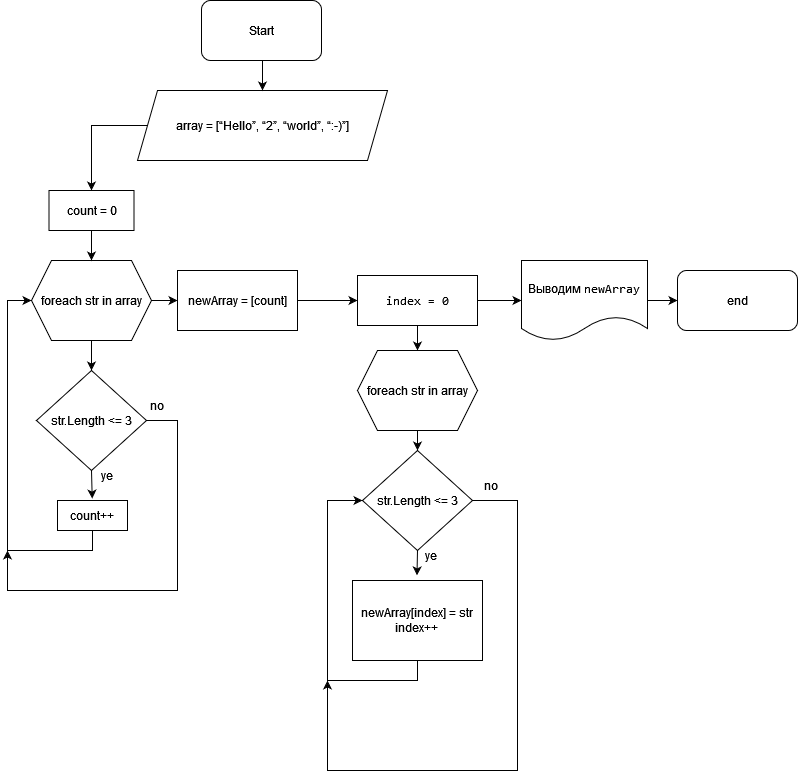
LazyToilet009/Kontrolnaya_rabota keeps this draw.io diagram as Диаграмма.png. Above is the earlier version. Source tidied: cells renumbered, new cells last; positions are measured from the earlier drawing's top-left corner, leaving out a move shared by most shapes. The source it was exported from:
```xml
<mxGraphModel>
  <root>
    <mxCell id="0" />
    <mxCell id="1" parent="0" />
    <mxCell id="2" value="&lt;div&gt;Start&lt;/div&gt;" style="rounded=1;whiteSpace=wrap;html=1;" parent="1" vertex="1">
      <mxGeometry x="194" width="120" height="60" as="geometry" />
    </mxCell>
    <mxCell id="3" style="edgeStyle=orthogonalEdgeStyle;rounded=0;jettySize=auto;html=1;exitX=0;exitY=0.5;exitDx=0;exitDy=0;entryX=0.5;entryY=0;entryDx=0;entryDy=0;" parent="1" edge="1" source="4" target="17">
      <mxGeometry relative="1" as="geometry" />
    </mxCell>
    <mxCell id="4" value="&lt;div&gt;array = [“Hello”, “2”, “world”, “:-)”]&lt;/div&gt;" style="shape=parallelogram;perimeter=parallelogramPerimeter;whiteSpace=wrap;html=1;fixedSize=1;" parent="1" vertex="1">
      <mxGeometry x="130" y="90" width="250" height="70" as="geometry" />
    </mxCell>
    <mxCell id="5" style="edgeStyle=orthogonalEdgeStyle;rounded=0;jettySize=auto;html=1;exitX=0.5;exitY=1;exitDx=0;exitDy=0;entryX=0.5;entryY=0;entryDx=0;entryDy=0;" parent="1" edge="1" source="2" target="4">
      <mxGeometry relative="1" as="geometry" />
    </mxCell>
    <mxCell id="6" style="edgeStyle=orthogonalEdgeStyle;rounded=0;jettySize=auto;html=1;exitX=0.5;exitY=1;exitDx=0;exitDy=0;entryX=0.5;entryY=0;entryDx=0;entryDy=0;" parent="1" edge="1" source="8" target="10">
      <mxGeometry relative="1" as="geometry" />
    </mxCell>
    <mxCell id="7" style="edgeStyle=orthogonalEdgeStyle;rounded=0;jettySize=auto;html=1;exitX=1;exitY=0.5;exitDx=0;exitDy=0;entryX=0;entryY=0.5;entryDx=0;entryDy=0;" parent="1" edge="1" source="8" target="19">
      <mxGeometry relative="1" as="geometry" />
    </mxCell>
    <mxCell id="8" value="foreach str in array" style="shape=hexagon;perimeter=hexagonPerimeter2;whiteSpace=wrap;html=1;fixedSize=1;" parent="1" vertex="1">
      <mxGeometry x="24" y="260" width="120" height="80" as="geometry" />
    </mxCell>
    <mxCell id="9" style="edgeStyle=orthogonalEdgeStyle;rounded=0;orthogonalLoop=1;jettySize=auto;html=1;exitX=1;exitY=0.5;exitDx=0;exitDy=0;" parent="1" edge="1">
      <mxGeometry relative="1" as="geometry">
        <mxPoint x="129" y="420" as="sourcePoint" />
        <mxPoint y="550" as="targetPoint" />
        <Array as="points">
          <mxPoint x="170" y="420" />
          <mxPoint x="170" y="590" />
          <mxPoint y="590" />
        </Array>
      </mxGeometry>
    </mxCell>
    <mxCell id="10" value="str.Length &amp;lt;= 3" style="rhombus;whiteSpace=wrap;html=1;" parent="1" vertex="1">
      <mxGeometry x="29" y="370" width="110" height="100" as="geometry" />
    </mxCell>
    <mxCell id="11" style="edgeStyle=orthogonalEdgeStyle;rounded=0;jettySize=auto;html=1;exitX=0.5;exitY=1;exitDx=0;exitDy=0;entryX=0;entryY=0.5;entryDx=0;entryDy=0;" parent="1" edge="1" source="12" target="8">
      <mxGeometry relative="1" as="geometry">
        <Array as="points">
          <mxPoint x="85" y="550" />
          <mxPoint y="550" />
          <mxPoint y="300" />
        </Array>
      </mxGeometry>
    </mxCell>
    <mxCell id="12" value="count++" style="whiteSpace=wrap;html=1;" parent="1" vertex="1">
      <mxGeometry x="50" y="500" width="70" height="30" as="geometry" />
    </mxCell>
    <mxCell id="13" style="edgeStyle=orthogonalEdgeStyle;rounded=0;jettySize=auto;html=1;exitX=0.5;exitY=1;exitDx=0;exitDy=0;entryX=0.496;entryY=-0.064;entryDx=0;entryDy=0;entryPerimeter=0;" parent="1" edge="1" source="10" target="12">
      <mxGeometry relative="1" as="geometry" />
    </mxCell>
    <mxCell id="14" value="ye" style="text;html=1;align=center;verticalAlign=middle;whiteSpace=wrap;rounded=0;" parent="1" vertex="1">
      <mxGeometry x="70" y="460" width="60" height="30" as="geometry" />
    </mxCell>
    <mxCell id="15" value="no" style="text;html=1;align=center;verticalAlign=middle;whiteSpace=wrap;rounded=0;" parent="1" vertex="1">
      <mxGeometry x="120" y="390" width="60" height="30" as="geometry" />
    </mxCell>
    <mxCell id="16" style="edgeStyle=orthogonalEdgeStyle;rounded=0;jettySize=auto;html=1;exitX=0.5;exitY=1;exitDx=0;exitDy=0;entryX=0.5;entryY=0;entryDx=0;entryDy=0;" parent="1" edge="1" source="17" target="8">
      <mxGeometry relative="1" as="geometry" />
    </mxCell>
    <mxCell id="17" value="count = 0" style="rounded=0;whiteSpace=wrap;html=1;" parent="1" vertex="1">
      <mxGeometry x="41.5" y="190" width="85" height="40" as="geometry" />
    </mxCell>
    <mxCell id="18" style="edgeStyle=orthogonalEdgeStyle;rounded=0;jettySize=auto;html=1;exitX=1;exitY=0.5;exitDx=0;exitDy=0;entryX=0;entryY=0.5;entryDx=0;entryDy=0;" parent="1" edge="1" source="19" target="22">
      <mxGeometry relative="1" as="geometry" />
    </mxCell>
    <mxCell id="19" value="newArray = [count]" style="rounded=0;whiteSpace=wrap;html=1;" parent="1" vertex="1">
      <mxGeometry x="170" y="270" width="120" height="60" as="geometry" />
    </mxCell>
    <mxCell id="20" style="edgeStyle=orthogonalEdgeStyle;rounded=0;jettySize=auto;html=1;exitX=0.5;exitY=1;exitDx=0;exitDy=0;entryX=0.5;entryY=0;entryDx=0;entryDy=0;" parent="1" edge="1" source="22" target="24">
      <mxGeometry relative="1" as="geometry" />
    </mxCell>
    <mxCell id="21" style="edgeStyle=orthogonalEdgeStyle;rounded=0;jettySize=auto;html=1;exitX=1;exitY=0.5;exitDx=0;exitDy=0;" parent="1" edge="1" source="22" target="33">
      <mxGeometry relative="1" as="geometry" />
    </mxCell>
    <mxCell id="22" value="&lt;code class=&quot;!whitespace-pre hljs language-csharp&quot;&gt;index = &lt;span class=&quot;hljs-number&quot;&gt;0&lt;/span&gt;&lt;/code&gt;" style="rounded=0;whiteSpace=wrap;html=1;" parent="1" vertex="1">
      <mxGeometry x="350" y="275" width="120" height="50" as="geometry" />
    </mxCell>
    <mxCell id="23" style="edgeStyle=orthogonalEdgeStyle;rounded=0;jettySize=auto;html=1;exitX=0.5;exitY=1;exitDx=0;exitDy=0;entryX=0.5;entryY=0;entryDx=0;entryDy=0;" parent="1" edge="1" source="24" target="26">
      <mxGeometry relative="1" as="geometry" />
    </mxCell>
    <mxCell id="24" value="foreach str in array" style="shape=hexagon;perimeter=hexagonPerimeter2;whiteSpace=wrap;html=1;fixedSize=1;" parent="1" vertex="1">
      <mxGeometry x="350" y="350" width="120" height="80" as="geometry" />
    </mxCell>
    <mxCell id="25" style="edgeStyle=orthogonalEdgeStyle;rounded=0;orthogonalLoop=1;jettySize=auto;html=1;" parent="1" edge="1">
      <mxGeometry relative="1" as="geometry">
        <mxPoint x="460" y="500" as="sourcePoint" />
        <mxPoint x="320" y="680" as="targetPoint" />
        <Array as="points">
          <mxPoint x="510" y="500" />
          <mxPoint x="510" y="770" />
          <mxPoint x="320" y="770" />
        </Array>
      </mxGeometry>
    </mxCell>
    <mxCell id="26" value="str.Length &amp;lt;= 3" style="rhombus;whiteSpace=wrap;html=1;" parent="1" vertex="1">
      <mxGeometry x="355" y="450" width="110" height="100" as="geometry" />
    </mxCell>
    <mxCell id="27" style="edgeStyle=orthogonalEdgeStyle;rounded=0;jettySize=auto;html=1;exitX=0.5;exitY=1;exitDx=0;exitDy=0;entryX=0;entryY=0.5;entryDx=0;entryDy=0;" parent="1" edge="1" source="28" target="26">
      <mxGeometry relative="1" as="geometry">
        <Array as="points">
          <mxPoint x="410" y="680" />
          <mxPoint x="320" y="680" />
          <mxPoint x="320" y="500" />
        </Array>
      </mxGeometry>
    </mxCell>
    <mxCell id="28" value="&lt;div&gt;newArray[index] = str&lt;/div&gt;&lt;div&gt;index++&lt;br&gt;&lt;/div&gt;" style="whiteSpace=wrap;html=1;" parent="1" vertex="1">
      <mxGeometry x="345" y="580" width="130" height="80" as="geometry" />
    </mxCell>
    <mxCell id="29" style="edgeStyle=orthogonalEdgeStyle;rounded=0;jettySize=auto;html=1;exitX=0.5;exitY=1;exitDx=0;exitDy=0;entryX=0.496;entryY=-0.064;entryDx=0;entryDy=0;entryPerimeter=0;" parent="1" edge="1" source="26" target="28">
      <mxGeometry relative="1" as="geometry" />
    </mxCell>
    <mxCell id="30" value="ye" style="text;html=1;align=center;verticalAlign=middle;whiteSpace=wrap;rounded=0;" parent="1" vertex="1">
      <mxGeometry x="394" y="540" width="60" height="30" as="geometry" />
    </mxCell>
    <mxCell id="31" value="no" style="text;html=1;align=center;verticalAlign=middle;whiteSpace=wrap;rounded=0;" parent="1" vertex="1">
      <mxGeometry x="454" y="470" width="60" height="30" as="geometry" />
    </mxCell>
    <mxCell id="32" style="edgeStyle=orthogonalEdgeStyle;rounded=0;jettySize=auto;html=1;exitX=1;exitY=0.5;exitDx=0;exitDy=0;entryX=0;entryY=0.5;entryDx=0;entryDy=0;" parent="1" edge="1" source="33" target="34">
      <mxGeometry relative="1" as="geometry" />
    </mxCell>
    <mxCell id="33" value="Выводим &lt;code class=&quot;!whitespace-pre hljs language-csharp&quot;&gt;newArray&lt;/code&gt;" style="shape=document;whiteSpace=wrap;html=1;boundedLbl=1;" parent="1" vertex="1">
      <mxGeometry x="514" y="260" width="126" height="80" as="geometry" />
    </mxCell>
    <mxCell id="34" value="end" style="rounded=1;whiteSpace=wrap;html=1;" parent="1" vertex="1">
      <mxGeometry x="670" y="270" width="120" height="60" as="geometry" />
    </mxCell>
  </root>
</mxGraphModel>
```
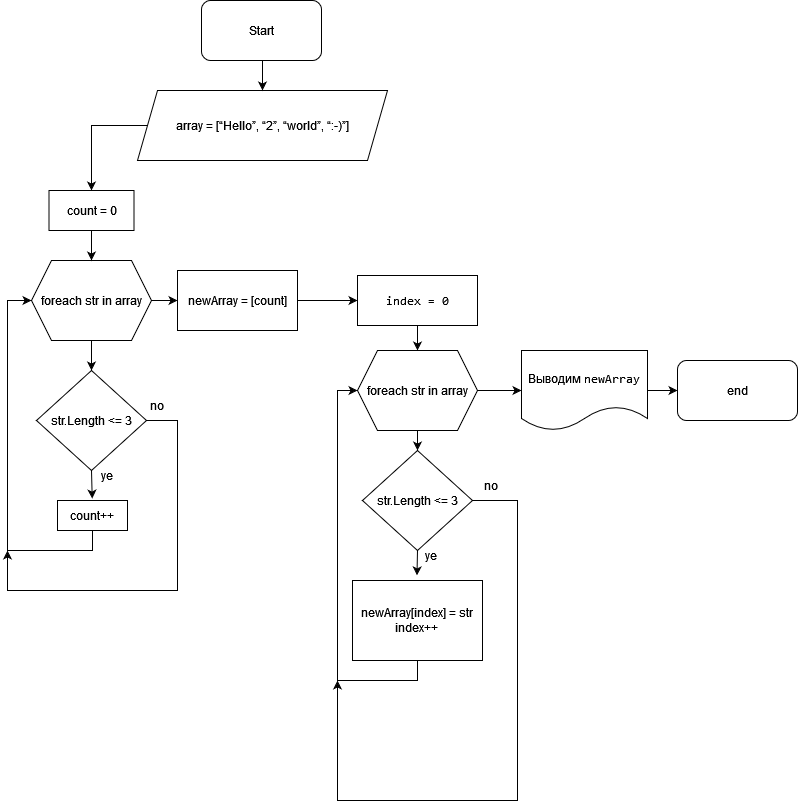
The same file after the commit.

Commit message:
Добавил_диаграмму_снова_потому_что_забыл

The edit, as a diff of the source:
```diff
@@ -73,41 +73,36 @@
     <mxCell id="20" style="edgeStyle=orthogonalEdgeStyle;rounded=0;jettySize=auto;html=1;exitX=0.5;exitY=1;exitDx=0;exitDy=0;entryX=0.5;entryY=0;entryDx=0;entryDy=0;" parent="1" edge="1" source="22" target="24">
       <mxGeometry relative="1" as="geometry" />
     </mxCell>
-    <mxCell id="21" style="edgeStyle=orthogonalEdgeStyle;rounded=0;jettySize=auto;html=1;exitX=1;exitY=0.5;exitDx=0;exitDy=0;" parent="1" edge="1" source="22" target="33">
-      <mxGeometry relative="1" as="geometry" />
-    </mxCell>
     <mxCell id="22" value="&lt;code class=&quot;!whitespace-pre hljs language-csharp&quot;&gt;index = &lt;span class=&quot;hljs-number&quot;&gt;0&lt;/span&gt;&lt;/code&gt;" style="rounded=0;whiteSpace=wrap;html=1;" parent="1" vertex="1">
       <mxGeometry x="350" y="275" width="120" height="50" as="geometry" />
     </mxCell>
     <mxCell id="23" style="edgeStyle=orthogonalEdgeStyle;rounded=0;jettySize=auto;html=1;exitX=0.5;exitY=1;exitDx=0;exitDy=0;entryX=0.5;entryY=0;entryDx=0;entryDy=0;" parent="1" edge="1" source="24" target="26">
       <mxGeometry relative="1" as="geometry" />
     </mxCell>
+    <mxCell id="35" style="edgeStyle=orthogonalEdgeStyle;rounded=0;jettySize=auto;html=1;exitX=1;exitY=0.5;exitDx=0;exitDy=0;" parent="1" edge="1" source="24" target="33">
+      <mxGeometry relative="1" as="geometry" />
+    </mxCell>
     <mxCell id="24" value="foreach str in array" style="shape=hexagon;perimeter=hexagonPerimeter2;whiteSpace=wrap;html=1;fixedSize=1;" parent="1" vertex="1">
       <mxGeometry x="350" y="350" width="120" height="80" as="geometry" />
     </mxCell>
-    <mxCell id="25" style="edgeStyle=orthogonalEdgeStyle;rounded=0;orthogonalLoop=1;jettySize=auto;html=1;" parent="1" edge="1">
-      <mxGeometry relative="1" as="geometry">
-        <mxPoint x="460" y="500" as="sourcePoint" />
-        <mxPoint x="320" y="680" as="targetPoint" />
-        <Array as="points">
-          <mxPoint x="510" y="500" />
-          <mxPoint x="510" y="770" />
-          <mxPoint x="320" y="770" />
-        </Array>
-      </mxGeometry>
-    </mxCell>
+    <mxCell id="36" style="edgeStyle=orthogonalEdgeStyle;rounded=0;orthogonalLoop=1;jettySize=auto;html=1;" parent="1" edge="1">
+      <mxGeometry relative="1" as="geometry">
+        <mxPoint x="455.5" y="500" as="sourcePoint" />
+        <mxPoint x="330" y="680" as="targetPoint" />
+        <Array as="points">
+          <mxPoint x="510" y="500" />
+          <mxPoint x="510" y="800" />
+          <mxPoint x="330" y="800" />
+          <mxPoint x="330" y="700" />
+        </Array>
+      </mxGeometry>
+    </mxCell>
     <mxCell id="26" value="str.Length &amp;lt;= 3" style="rhombus;whiteSpace=wrap;html=1;" parent="1" vertex="1">
       <mxGeometry x="355" y="450" width="110" height="100" as="geometry" />
     </mxCell>
-    <mxCell id="27" style="edgeStyle=orthogonalEdgeStyle;rounded=0;jettySize=auto;html=1;exitX=0.5;exitY=1;exitDx=0;exitDy=0;entryX=0;entryY=0.5;entryDx=0;entryDy=0;" parent="1" edge="1" source="28" target="26">
-      <mxGeometry relative="1" as="geometry">
-        <Array as="points">
-          <mxPoint x="410" y="680" />
-          <mxPoint x="320" y="680" />
-          <mxPoint x="320" y="500" />
-        </Array>
-      </mxGeometry>
-    </mxCell>
+    <mxCell id="37" style="edgeStyle=orthogonalEdgeStyle;rounded=0;jettySize=auto;html=1;exitX=0.5;exitY=1;exitDx=0;exitDy=0;entryX=0;entryY=0.5;entryDx=0;entryDy=0;" parent="1" edge="1" source="28" target="24">
+      <mxGeometry relative="1" as="geometry" />
+    </mxCell>
     <mxCell id="28" value="&lt;div&gt;newArray[index] = str&lt;/div&gt;&lt;div&gt;index++&lt;br&gt;&lt;/div&gt;" style="whiteSpace=wrap;html=1;" parent="1" vertex="1">
       <mxGeometry x="345" y="580" width="130" height="80" as="geometry" />
     </mxCell>
@@ -124,10 +119,10 @@
       <mxGeometry relative="1" as="geometry" />
     </mxCell>
     <mxCell id="33" value="Выводим &lt;code class=&quot;!whitespace-pre hljs language-csharp&quot;&gt;newArray&lt;/code&gt;" style="shape=document;whiteSpace=wrap;html=1;boundedLbl=1;" parent="1" vertex="1">
-      <mxGeometry x="514" y="260" width="126" height="80" as="geometry" />
+      <mxGeometry x="514" y="350" width="126" height="80" as="geometry" />
     </mxCell>
     <mxCell id="34" value="end" style="rounded=1;whiteSpace=wrap;html=1;" parent="1" vertex="1">
-      <mxGeometry x="670" y="270" width="120" height="60" as="geometry" />
+      <mxGeometry x="670" y="360" width="120" height="60" as="geometry" />
     </mxCell>
   </root>
 </mxGraphModel>
```
